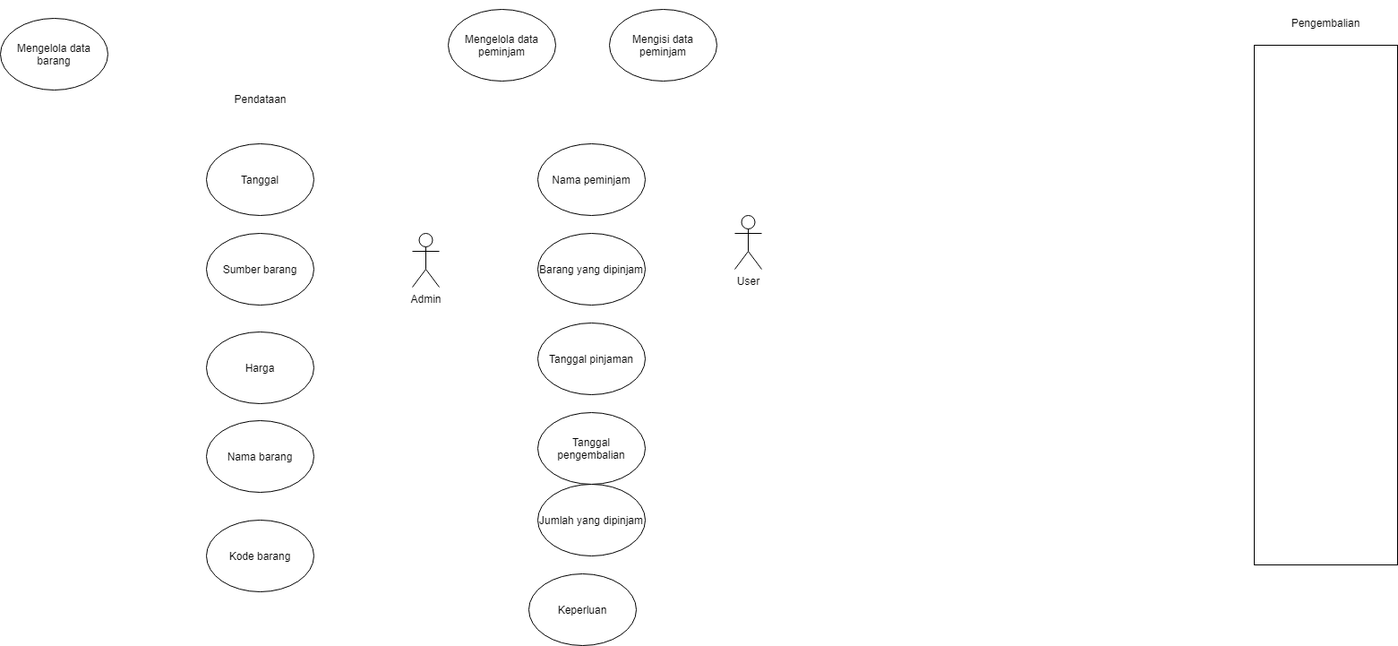
Earlier version of the draw.io export diagrams/Use Case Diagram.drawio.png (johannfac/aplikasipeminjamanaset). Source tidied: cells renumbered, new cells last; positions are measured from the earlier drawing's top-left corner, leaving out a move shared by most shapes.
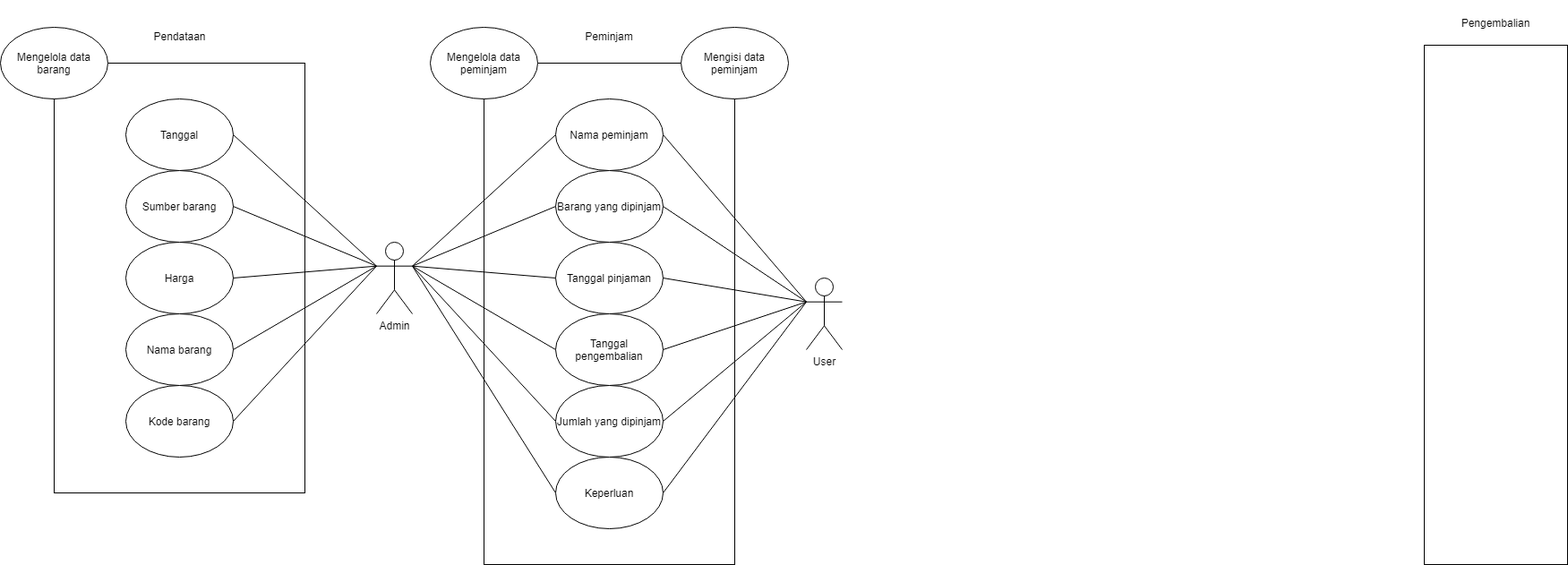
Later version of the same file.

What changed in the source:
```diff
@@ -2,75 +2,135 @@
   <root>
     <mxCell id="0" />
     <mxCell id="1" parent="0" />
+    <mxCell id="26" style="rounded=0;whiteSpace=wrap;html=1;" parent="1" vertex="1">
+      <mxGeometry x="350" y="70" width="280" height="560" as="geometry" />
+    </mxCell>
+    <mxCell id="27" style="rounded=0;whiteSpace=wrap;html=1;" parent="1" vertex="1">
+      <mxGeometry x="-130" y="70" width="280" height="480" as="geometry" />
+    </mxCell>
     <mxCell id="2" value="Mengelola data barang" style="ellipse;whiteSpace=wrap;html=1;" parent="1" vertex="1">
-      <mxGeometry y="20" width="120" height="80" as="geometry" />
+      <mxGeometry x="-190" y="30" width="120" height="80" as="geometry" />
     </mxCell>
     <mxCell id="3" value="Tanggal" style="ellipse;whiteSpace=wrap;html=1;" parent="1" vertex="1">
-      <mxGeometry x="230" y="160" width="120" height="80" as="geometry" />
+      <mxGeometry x="-50" y="110" width="120" height="80" as="geometry" />
     </mxCell>
     <mxCell id="4" value="Sumber barang" style="ellipse;whiteSpace=wrap;html=1;" parent="1" vertex="1">
-      <mxGeometry x="230" y="260" width="120" height="80" as="geometry" />
+      <mxGeometry x="-50" y="190" width="120" height="80" as="geometry" />
     </mxCell>
     <mxCell id="5" value="Harga" style="ellipse;whiteSpace=wrap;html=1;" parent="1" vertex="1">
-      <mxGeometry x="230" y="370" width="120" height="80" as="geometry" />
+      <mxGeometry x="-50" y="270" width="120" height="80" as="geometry" />
     </mxCell>
     <mxCell id="6" value="Nama barang" style="ellipse;whiteSpace=wrap;html=1;" parent="1" vertex="1">
-      <mxGeometry x="230" y="469" width="120" height="80" as="geometry" />
+      <mxGeometry x="-50" y="350" width="120" height="80" as="geometry" />
     </mxCell>
     <mxCell id="7" value="Kode barang" style="ellipse;whiteSpace=wrap;html=1;" parent="1" vertex="1">
       <mxGeometry x="1420" y="70" width="120" height="80" as="geometry" />
     </mxCell>
     <mxCell id="8" value="Kode barang" style="ellipse;whiteSpace=wrap;html=1;" parent="1" vertex="1">
-      <mxGeometry x="230" y="580" width="120" height="80" as="geometry" />
+      <mxGeometry x="-50" y="430" width="120" height="80" as="geometry" />
     </mxCell>
     <mxCell id="9" value="Nama barang" style="ellipse;whiteSpace=wrap;html=1;" parent="1" vertex="1">
       <mxGeometry x="1420" y="180" width="120" height="80" as="geometry" />
     </mxCell>
     <mxCell id="10" value="Pendataan" style="text;html=1;align=center;verticalAlign=middle;strokeColor=none;fillColor=none;" parent="1" vertex="1">
-      <mxGeometry x="255" y="100" width="70" height="20" as="geometry" />
+      <mxGeometry x="-25" y="30" width="70" height="20" as="geometry" />
     </mxCell>
+    <mxCell id="28" style="rounded=0;jettySize=auto;html=1;exitX=0;exitY=0.3333333333333333;exitDx=0;exitDy=0;exitPerimeter=0;entryX=1;entryY=0.5;entryDx=0;entryDy=0;endArrow=none;endFill=0;" parent="1" edge="1" source="12" target="3">
+      <mxGeometry relative="1" as="geometry" />
+    </mxCell>
     <mxCell id="11" value="Tanggal peminjaman" style="ellipse;whiteSpace=wrap;html=1;" parent="1" vertex="1">
       <mxGeometry x="1420" y="290" width="120" height="80" as="geometry" />
     </mxCell>
+    <mxCell id="29" style="edgeStyle=none;rounded=0;jettySize=auto;html=1;exitX=0;exitY=0.3333333333333333;exitDx=0;exitDy=0;exitPerimeter=0;entryX=1;entryY=0.5;entryDx=0;entryDy=0;endArrow=none;endFill=0;" parent="1" edge="1" source="12" target="4">
+      <mxGeometry relative="1" as="geometry" />
+    </mxCell>
     <mxCell id="12" value="Admin" style="shape=umlActor;verticalLabelPosition=bottom;verticalAlign=top;html=1;outlineConnect=0;" parent="1" vertex="1">
-      <mxGeometry x="460" y="260" width="30" height="60" as="geometry" />
+      <mxGeometry x="230" y="270" width="40" height="80" as="geometry" />
     </mxCell>
+    <mxCell id="30" style="edgeStyle=none;rounded=0;jettySize=auto;html=1;exitX=0;exitY=0.3333333333333333;exitDx=0;exitDy=0;exitPerimeter=0;entryX=1;entryY=0.5;entryDx=0;entryDy=0;endArrow=none;endFill=0;" parent="1" edge="1" source="12" target="5">
+      <mxGeometry relative="1" as="geometry" />
+    </mxCell>
     <mxCell id="13" value="Tanggal pengembalian" style="ellipse;whiteSpace=wrap;html=1;" parent="1" vertex="1">
       <mxGeometry x="1420" y="400" width="120" height="80" as="geometry" />
     </mxCell>
+    <mxCell id="31" style="edgeStyle=none;rounded=0;jettySize=auto;html=1;exitX=0;exitY=0.3333333333333333;exitDx=0;exitDy=0;exitPerimeter=0;entryX=1;entryY=0.5;entryDx=0;entryDy=0;endArrow=none;endFill=0;" parent="1" edge="1" source="12" target="6">
+      <mxGeometry relative="1" as="geometry" />
+    </mxCell>
     <mxCell id="14" value="Mengelola data peminjam" style="ellipse;whiteSpace=wrap;html=1;" parent="1" vertex="1">
-      <mxGeometry x="500" y="10" width="120" height="80" as="geometry" />
+      <mxGeometry x="290" y="30" width="120" height="80" as="geometry" />
     </mxCell>
+    <mxCell id="32" style="edgeStyle=none;rounded=0;jettySize=auto;html=1;exitX=0;exitY=0.3333333333333333;exitDx=0;exitDy=0;exitPerimeter=0;entryX=1;entryY=0.5;entryDx=0;entryDy=0;endArrow=none;endFill=0;" parent="1" edge="1" source="12" target="8">
+      <mxGeometry relative="1" as="geometry" />
+    </mxCell>
     <mxCell id="15" value="Nama peminjam" style="ellipse;whiteSpace=wrap;html=1;" parent="1" vertex="1">
       <mxGeometry x="1420" y="510" width="120" height="80" as="geometry" />
     </mxCell>
+    <mxCell id="33" style="edgeStyle=none;rounded=0;jettySize=auto;html=1;exitX=1;exitY=0.3333333333333333;exitDx=0;exitDy=0;exitPerimeter=0;entryX=0;entryY=0.5;entryDx=0;entryDy=0;endArrow=none;endFill=0;" parent="1" edge="1" source="12" target="18">
+      <mxGeometry relative="1" as="geometry" />
+    </mxCell>
     <mxCell id="16" value="Mengisi data peminjam" style="ellipse;whiteSpace=wrap;html=1;" parent="1" vertex="1">
-      <mxGeometry x="680" y="10" width="120" height="80" as="geometry" />
+      <mxGeometry x="570" y="30" width="120" height="80" as="geometry" />
     </mxCell>
+    <mxCell id="34" style="edgeStyle=none;rounded=0;jettySize=auto;html=1;exitX=1;exitY=0.3333333333333333;exitDx=0;exitDy=0;exitPerimeter=0;entryX=0;entryY=0.5;entryDx=0;entryDy=0;endArrow=none;endFill=0;" parent="1" edge="1" source="12" target="19">
+      <mxGeometry relative="1" as="geometry" />
+    </mxCell>
     <mxCell id="17" value="Pengembalian" style="text;html=1;strokeColor=none;fillColor=none;align=center;verticalAlign=middle;whiteSpace=wrap;rounded=0;" parent="1" vertex="1">
       <mxGeometry x="1430" width="100" height="50" as="geometry" />
     </mxCell>
+    <mxCell id="35" style="edgeStyle=none;rounded=0;jettySize=auto;html=1;exitX=1;exitY=0.3333333333333333;exitDx=0;exitDy=0;exitPerimeter=0;entryX=0;entryY=0.5;entryDx=0;entryDy=0;endArrow=none;endFill=0;" parent="1" edge="1" source="12" target="20">
+      <mxGeometry relative="1" as="geometry" />
+    </mxCell>
     <mxCell id="18" value="Nama peminjam" style="ellipse;whiteSpace=wrap;html=1;" parent="1" vertex="1">
-      <mxGeometry x="600" y="160" width="120" height="80" as="geometry" />
+      <mxGeometry x="430" y="110" width="120" height="80" as="geometry" />
     </mxCell>
+    <mxCell id="36" style="edgeStyle=none;rounded=0;jettySize=auto;html=1;exitX=1;exitY=0.3333333333333333;exitDx=0;exitDy=0;exitPerimeter=0;entryX=0;entryY=0.5;entryDx=0;entryDy=0;endArrow=none;endFill=0;" parent="1" edge="1" source="12" target="21">
+      <mxGeometry relative="1" as="geometry" />
+    </mxCell>
     <mxCell id="19" value="Barang yang dipinjam" style="ellipse;whiteSpace=wrap;html=1;" parent="1" vertex="1">
-      <mxGeometry x="600" y="260" width="120" height="80" as="geometry" />
+      <mxGeometry x="430" y="190" width="120" height="80" as="geometry" />
     </mxCell>
+    <mxCell id="37" style="edgeStyle=none;rounded=0;jettySize=auto;html=1;exitX=1;exitY=0.3333333333333333;exitDx=0;exitDy=0;exitPerimeter=0;entryX=0;entryY=0.5;entryDx=0;entryDy=0;endArrow=none;endFill=0;" parent="1" edge="1" source="12" target="22">
+      <mxGeometry relative="1" as="geometry" />
+    </mxCell>
     <mxCell id="20" value="Tanggal pinjaman" style="ellipse;whiteSpace=wrap;html=1;" parent="1" vertex="1">
-      <mxGeometry x="600" y="360" width="120" height="80" as="geometry" />
+      <mxGeometry x="430" y="270" width="120" height="80" as="geometry" />
     </mxCell>
+    <mxCell id="38" style="edgeStyle=none;rounded=0;jettySize=auto;html=1;exitX=1;exitY=0.3333333333333333;exitDx=0;exitDy=0;exitPerimeter=0;entryX=0;entryY=0.5;entryDx=0;entryDy=0;endArrow=none;endFill=0;" parent="1" edge="1" source="12" target="23">
+      <mxGeometry relative="1" as="geometry" />
+    </mxCell>
     <mxCell id="21" value="Tanggal pengembalian" style="ellipse;whiteSpace=wrap;html=1;" parent="1" vertex="1">
-      <mxGeometry x="600" y="460" width="120" height="80" as="geometry" />
+      <mxGeometry x="430" y="350" width="120" height="80" as="geometry" />
     </mxCell>
     <mxCell id="22" value="Jumlah yang dipinjam" style="ellipse;whiteSpace=wrap;html=1;" parent="1" vertex="1">
-      <mxGeometry x="600" y="540" width="120" height="80" as="geometry" />
+      <mxGeometry x="430" y="430" width="120" height="80" as="geometry" />
     </mxCell>
     <mxCell id="23" value="Keperluan" style="ellipse;whiteSpace=wrap;html=1;" parent="1" vertex="1">
-      <mxGeometry x="590" y="640" width="120" height="80" as="geometry" />
+      <mxGeometry x="430" y="510" width="120" height="80" as="geometry" />
     </mxCell>
+    <mxCell id="39" style="edgeStyle=none;rounded=0;jettySize=auto;html=1;exitX=0;exitY=0.3333333333333333;exitDx=0;exitDy=0;exitPerimeter=0;entryX=1;entryY=0.5;entryDx=0;entryDy=0;endArrow=none;endFill=0;" parent="1" edge="1" source="24" target="18">
+      <mxGeometry relative="1" as="geometry" />
+    </mxCell>
+    <mxCell id="40" style="edgeStyle=none;rounded=0;jettySize=auto;html=1;exitX=0;exitY=0.3333333333333333;exitDx=0;exitDy=0;exitPerimeter=0;entryX=1;entryY=0.5;entryDx=0;entryDy=0;endArrow=none;endFill=0;" parent="1" edge="1" source="24" target="19">
+      <mxGeometry relative="1" as="geometry" />
+    </mxCell>
+    <mxCell id="41" style="edgeStyle=none;rounded=0;jettySize=auto;html=1;exitX=0;exitY=0.3333333333333333;exitDx=0;exitDy=0;exitPerimeter=0;entryX=1;entryY=0.5;entryDx=0;entryDy=0;endArrow=none;endFill=0;" parent="1" edge="1" source="24" target="20">
+      <mxGeometry relative="1" as="geometry" />
+    </mxCell>
+    <mxCell id="42" style="edgeStyle=none;rounded=0;jettySize=auto;html=1;exitX=0;exitY=0.3333333333333333;exitDx=0;exitDy=0;exitPerimeter=0;entryX=1;entryY=0.5;entryDx=0;entryDy=0;endArrow=none;endFill=0;" parent="1" edge="1" source="24" target="21">
+      <mxGeometry relative="1" as="geometry" />
+    </mxCell>
+    <mxCell id="43" style="edgeStyle=none;rounded=0;jettySize=auto;html=1;exitX=0;exitY=0.3333333333333333;exitDx=0;exitDy=0;exitPerimeter=0;entryX=1;entryY=0.5;entryDx=0;entryDy=0;endArrow=none;endFill=0;" parent="1" edge="1" source="24" target="22">
+      <mxGeometry relative="1" as="geometry" />
+    </mxCell>
+    <mxCell id="44" style="edgeStyle=none;rounded=0;jettySize=auto;html=1;exitX=0;exitY=0.3333333333333333;exitDx=0;exitDy=0;exitPerimeter=0;entryX=1;entryY=0.5;entryDx=0;entryDy=0;endArrow=none;endFill=0;" parent="1" edge="1" source="24" target="23">
+      <mxGeometry relative="1" as="geometry" />
+    </mxCell>
     <mxCell id="24" value="User" style="shape=umlActor;verticalLabelPosition=bottom;verticalAlign=top;html=1;outlineConnect=0;" parent="1" vertex="1">
-      <mxGeometry x="820" y="240" width="30" height="60" as="geometry" />
+      <mxGeometry x="710" y="310" width="40" height="80" as="geometry" />
     </mxCell>
+    <mxCell id="45" value="Peminjam" style="text;html=1;strokeColor=none;fillColor=none;align=center;verticalAlign=middle;whiteSpace=wrap;rounded=0;" parent="1" vertex="1">
+      <mxGeometry x="460" y="25" width="60" height="30" as="geometry" />
+    </mxCell>
     <mxCell id="25" style="rounded=0;whiteSpace=wrap;html=1;" parent="1" vertex="1">
       <mxGeometry x="1400" y="50" width="160" height="580" as="geometry" />
     </mxCell>
```
